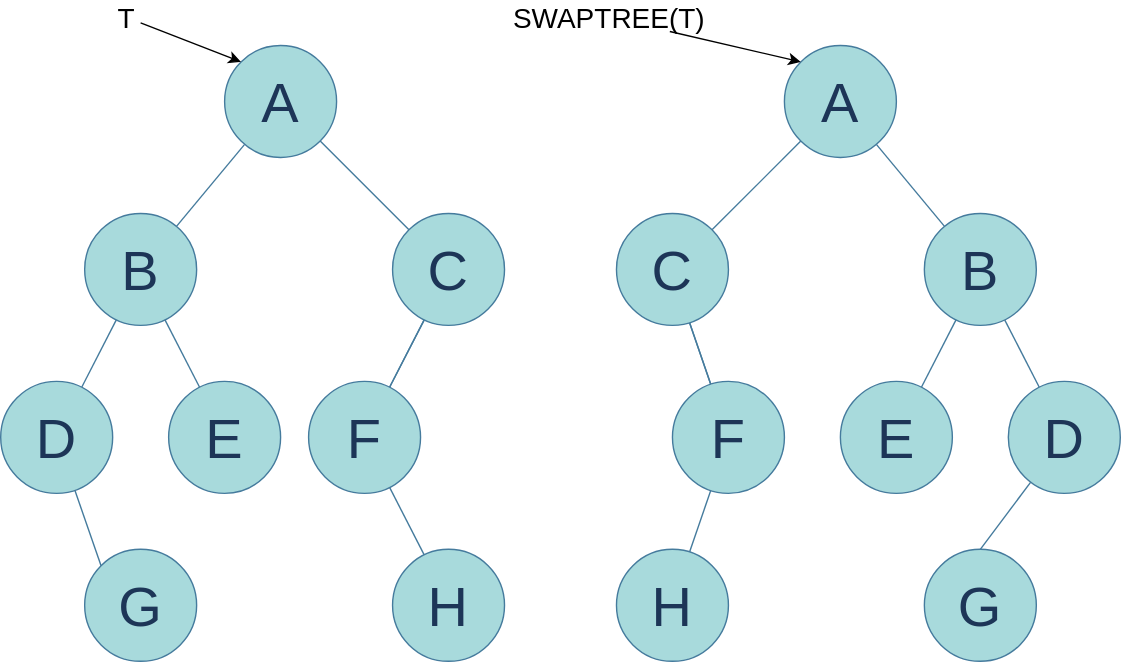
Above: archives/读书笔记/课程笔记/images/algorithm_04.drawio.svg in StevenBaby/archives (draw.io), before the change. Source tidied: cells renumbered, new cells last; positions are measured from the earlier drawing's top-left corner, leaving out a move shared by most shapes.
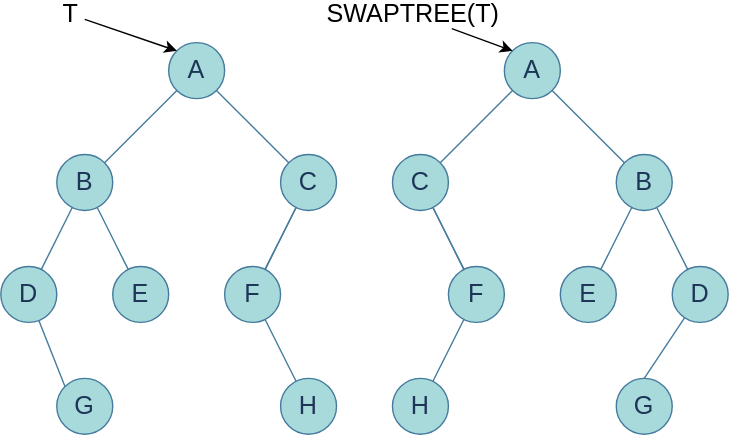
Later version of the same file.

Change to the diagram source:
```diff
@@ -2,113 +2,113 @@
   <root>
     <mxCell id="0" />
     <mxCell id="1" parent="0" />
-    <mxCell id="2" style="jettySize=auto;html=1;fontSize=40;endArrow=none;endFill=0;strokeColor=#457B9D;fontColor=#1D3557;labelBackgroundColor=#F1FAEE;" parent="1" edge="1" source="4" target="7">
+    <mxCell id="2" style="jettySize=auto;html=1;fontSize=18;endArrow=none;endFill=0;strokeColor=#457B9D;fontColor=#1D3557;labelBackgroundColor=#F1FAEE;" parent="1" edge="1" source="4" target="7">
       <mxGeometry relative="1" as="geometry" />
     </mxCell>
-    <mxCell id="3" style="edgeStyle=none;jettySize=auto;html=1;fontSize=40;endArrow=none;endFill=0;strokeColor=#457B9D;fontColor=#1D3557;labelBackgroundColor=#F1FAEE;" parent="1" edge="1" source="4" target="10">
+    <mxCell id="3" style="edgeStyle=none;jettySize=auto;html=1;fontSize=18;endArrow=none;endFill=0;strokeColor=#457B9D;fontColor=#1D3557;labelBackgroundColor=#F1FAEE;" parent="1" edge="1" source="4" target="10">
       <mxGeometry relative="1" as="geometry" />
     </mxCell>
-    <mxCell id="4" value="A" style="ellipse;whiteSpace=wrap;html=1;fontSize=40;fillColor=#A8DADC;strokeColor=#457B9D;fontColor=#1D3557;" parent="1" vertex="1">
-      <mxGeometry x="160" y="30" width="80" height="80" as="geometry" />
+    <mxCell id="4" value="A" style="ellipse;whiteSpace=wrap;html=1;fontSize=18;fillColor=#A8DADC;strokeColor=#457B9D;fontColor=#1D3557;" parent="1" vertex="1">
+      <mxGeometry x="160" y="30" width="40" height="40" as="geometry" />
     </mxCell>
-    <mxCell id="5" style="edgeStyle=none;jettySize=auto;html=1;fontSize=40;endArrow=none;endFill=0;strokeColor=#457B9D;fontColor=#1D3557;labelBackgroundColor=#F1FAEE;" parent="1" edge="1" source="7" target="12">
+    <mxCell id="5" style="edgeStyle=none;jettySize=auto;html=1;fontSize=18;endArrow=none;endFill=0;strokeColor=#457B9D;fontColor=#1D3557;labelBackgroundColor=#F1FAEE;" parent="1" edge="1" source="7" target="12">
       <mxGeometry relative="1" as="geometry" />
     </mxCell>
-    <mxCell id="6" style="edgeStyle=none;jettySize=auto;html=1;fontSize=40;endArrow=none;endFill=0;strokeColor=#457B9D;fontColor=#1D3557;labelBackgroundColor=#F1FAEE;" parent="1" edge="1" source="7" target="13">
+    <mxCell id="6" style="edgeStyle=none;jettySize=auto;html=1;fontSize=18;endArrow=none;endFill=0;strokeColor=#457B9D;fontColor=#1D3557;labelBackgroundColor=#F1FAEE;" parent="1" edge="1" source="7" target="13">
       <mxGeometry relative="1" as="geometry" />
     </mxCell>
-    <mxCell id="7" value="B" style="ellipse;whiteSpace=wrap;html=1;fontSize=40;fillColor=#A8DADC;strokeColor=#457B9D;fontColor=#1D3557;" parent="1" vertex="1">
-      <mxGeometry x="60" y="150" width="80" height="80" as="geometry" />
+    <mxCell id="7" value="B" style="ellipse;whiteSpace=wrap;html=1;fontSize=18;fillColor=#A8DADC;strokeColor=#457B9D;fontColor=#1D3557;" parent="1" vertex="1">
+      <mxGeometry x="80" y="110" width="40" height="40" as="geometry" />
     </mxCell>
-    <mxCell id="8" style="edgeStyle=none;rounded=0;jettySize=auto;html=1;fontSize=40;endArrow=none;endFill=0;strokeColor=#457B9D;fontColor=#1D3557;labelBackgroundColor=#F1FAEE;" parent="1" edge="1" source="10" target="15">
+    <mxCell id="8" style="edgeStyle=none;rounded=0;jettySize=auto;html=1;fontSize=18;endArrow=none;endFill=0;strokeColor=#457B9D;fontColor=#1D3557;labelBackgroundColor=#F1FAEE;" parent="1" edge="1" source="10" target="15">
       <mxGeometry relative="1" as="geometry" />
     </mxCell>
-    <mxCell id="9" style="edgeStyle=none;rounded=0;jettySize=auto;html=1;fontSize=40;endArrow=none;endFill=0;strokeColor=#457B9D;fontColor=#1D3557;labelBackgroundColor=#F1FAEE;" parent="1" edge="1" source="10" target="15">
+    <mxCell id="9" style="edgeStyle=none;rounded=0;jettySize=auto;html=1;fontSize=18;endArrow=none;endFill=0;strokeColor=#457B9D;fontColor=#1D3557;labelBackgroundColor=#F1FAEE;" parent="1" edge="1" source="10" target="15">
       <mxGeometry relative="1" as="geometry" />
     </mxCell>
-    <mxCell id="10" value="C" style="ellipse;whiteSpace=wrap;html=1;fontSize=40;fillColor=#A8DADC;strokeColor=#457B9D;fontColor=#1D3557;" parent="1" vertex="1">
-      <mxGeometry x="280" y="150" width="80" height="80" as="geometry" />
+    <mxCell id="10" value="C" style="ellipse;whiteSpace=wrap;html=1;fontSize=18;fillColor=#A8DADC;strokeColor=#457B9D;fontColor=#1D3557;" parent="1" vertex="1">
+      <mxGeometry x="240" y="110" width="40" height="40" as="geometry" />
     </mxCell>
-    <mxCell id="11" style="edgeStyle=none;rounded=0;jettySize=auto;html=1;entryX=0;entryY=0;entryDx=0;entryDy=0;fontSize=40;endArrow=none;endFill=0;strokeColor=#457B9D;fontColor=#1D3557;labelBackgroundColor=#F1FAEE;" parent="1" edge="1" source="12" target="14">
+    <mxCell id="11" style="edgeStyle=none;rounded=0;jettySize=auto;html=1;entryX=0;entryY=0;entryDx=0;entryDy=0;fontSize=18;endArrow=none;endFill=0;strokeColor=#457B9D;fontColor=#1D3557;labelBackgroundColor=#F1FAEE;" parent="1" edge="1" source="12" target="14">
       <mxGeometry relative="1" as="geometry" />
     </mxCell>
-    <mxCell id="12" value="D" style="ellipse;whiteSpace=wrap;html=1;fontSize=40;fillColor=#A8DADC;strokeColor=#457B9D;fontColor=#1D3557;" parent="1" vertex="1">
-      <mxGeometry y="270" width="80" height="80" as="geometry" />
+    <mxCell id="12" value="D" style="ellipse;whiteSpace=wrap;html=1;fontSize=18;fillColor=#A8DADC;strokeColor=#457B9D;fontColor=#1D3557;" parent="1" vertex="1">
+      <mxGeometry x="40" y="190" width="40" height="40" as="geometry" />
     </mxCell>
-    <mxCell id="13" value="E" style="ellipse;whiteSpace=wrap;html=1;fontSize=40;fillColor=#A8DADC;strokeColor=#457B9D;fontColor=#1D3557;" parent="1" vertex="1">
-      <mxGeometry x="120" y="270" width="80" height="80" as="geometry" />
+    <mxCell id="13" value="E" style="ellipse;whiteSpace=wrap;html=1;fontSize=18;fillColor=#A8DADC;strokeColor=#457B9D;fontColor=#1D3557;" parent="1" vertex="1">
+      <mxGeometry x="120" y="190" width="40" height="40" as="geometry" />
     </mxCell>
-    <mxCell id="14" value="G" style="ellipse;whiteSpace=wrap;html=1;fontSize=40;fillColor=#A8DADC;strokeColor=#457B9D;fontColor=#1D3557;" parent="1" vertex="1">
-      <mxGeometry x="60" y="390" width="80" height="80" as="geometry" />
+    <mxCell id="14" value="G" style="ellipse;whiteSpace=wrap;html=1;fontSize=18;fillColor=#A8DADC;strokeColor=#457B9D;fontColor=#1D3557;" parent="1" vertex="1">
+      <mxGeometry x="80" y="270" width="40" height="40" as="geometry" />
     </mxCell>
-    <mxCell id="15" value="F" style="ellipse;whiteSpace=wrap;html=1;fontSize=40;fillColor=#A8DADC;strokeColor=#457B9D;fontColor=#1D3557;" parent="1" vertex="1">
-      <mxGeometry x="220" y="270" width="80" height="80" as="geometry" />
+    <mxCell id="15" value="F" style="ellipse;whiteSpace=wrap;html=1;fontSize=18;fillColor=#A8DADC;strokeColor=#457B9D;fontColor=#1D3557;" parent="1" vertex="1">
+      <mxGeometry x="200" y="190" width="40" height="40" as="geometry" />
     </mxCell>
-    <mxCell id="16" style="edgeStyle=none;rounded=0;jettySize=auto;html=1;fontSize=40;endArrow=none;endFill=0;strokeColor=#457B9D;fontColor=#1D3557;labelBackgroundColor=#F1FAEE;" parent="1" edge="1" source="17" target="15">
+    <mxCell id="16" style="edgeStyle=none;rounded=0;jettySize=auto;html=1;fontSize=18;endArrow=none;endFill=0;strokeColor=#457B9D;fontColor=#1D3557;labelBackgroundColor=#F1FAEE;" parent="1" edge="1" source="17" target="15">
       <mxGeometry relative="1" as="geometry" />
     </mxCell>
-    <mxCell id="17" value="H" style="ellipse;whiteSpace=wrap;html=1;fontSize=40;fillColor=#A8DADC;strokeColor=#457B9D;fontColor=#1D3557;" parent="1" vertex="1">
-      <mxGeometry x="280" y="390" width="80" height="80" as="geometry" />
+    <mxCell id="17" value="H" style="ellipse;whiteSpace=wrap;html=1;fontSize=18;fillColor=#A8DADC;strokeColor=#457B9D;fontColor=#1D3557;" parent="1" vertex="1">
+      <mxGeometry x="240" y="270" width="40" height="40" as="geometry" />
     </mxCell>
-    <mxCell id="18" style="rounded=0;jettySize=auto;html=1;entryX=0;entryY=0;entryDx=0;entryDy=0;fontSize=20;" parent="1" edge="1" source="19" target="4">
+    <mxCell id="18" style="rounded=0;jettySize=auto;html=1;entryX=0;entryY=0;entryDx=0;entryDy=0;fontSize=18;" parent="1" edge="1" source="19" target="4">
       <mxGeometry relative="1" as="geometry" />
     </mxCell>
-    <mxCell id="19" value="T" style="text;html=1;strokeColor=none;fillColor=none;align=center;verticalAlign=middle;whiteSpace=wrap;rounded=0;fontSize=20;" parent="1" vertex="1">
+    <mxCell id="19" value="T" style="text;html=1;strokeColor=none;fillColor=none;align=center;verticalAlign=middle;whiteSpace=wrap;rounded=0;fontSize=18;" parent="1" vertex="1">
       <mxGeometry x="80" width="20" height="20" as="geometry" />
     </mxCell>
-    <mxCell id="20" style="jettySize=auto;html=1;fontSize=40;endArrow=none;endFill=0;strokeColor=#457B9D;fontColor=#1D3557;labelBackgroundColor=#F1FAEE;" parent="1" edge="1" source="22" target="25">
+    <mxCell id="20" style="jettySize=auto;html=1;fontSize=18;endArrow=none;endFill=0;strokeColor=#457B9D;fontColor=#1D3557;labelBackgroundColor=#F1FAEE;" parent="1" edge="1" source="22" target="25">
       <mxGeometry relative="1" as="geometry" />
     </mxCell>
-    <mxCell id="21" style="edgeStyle=none;jettySize=auto;html=1;fontSize=40;endArrow=none;endFill=0;strokeColor=#457B9D;fontColor=#1D3557;labelBackgroundColor=#F1FAEE;" parent="1" edge="1" source="22" target="28">
+    <mxCell id="21" style="edgeStyle=none;jettySize=auto;html=1;fontSize=18;endArrow=none;endFill=0;strokeColor=#457B9D;fontColor=#1D3557;labelBackgroundColor=#F1FAEE;" parent="1" edge="1" source="22" target="28">
       <mxGeometry relative="1" as="geometry" />
     </mxCell>
-    <mxCell id="22" value="A" style="ellipse;whiteSpace=wrap;html=1;fontSize=40;fillColor=#A8DADC;strokeColor=#457B9D;fontColor=#1D3557;" parent="1" vertex="1">
-      <mxGeometry x="560" y="30" width="80" height="80" as="geometry" />
+    <mxCell id="22" value="A" style="ellipse;whiteSpace=wrap;html=1;fontSize=18;fillColor=#A8DADC;strokeColor=#457B9D;fontColor=#1D3557;" parent="1" vertex="1">
+      <mxGeometry x="400" y="30" width="40" height="40" as="geometry" />
     </mxCell>
-    <mxCell id="23" style="edgeStyle=none;jettySize=auto;html=1;fontSize=40;endArrow=none;endFill=0;strokeColor=#457B9D;fontColor=#1D3557;labelBackgroundColor=#F1FAEE;" parent="1" edge="1" source="25" target="30">
+    <mxCell id="23" style="edgeStyle=none;jettySize=auto;html=1;fontSize=18;endArrow=none;endFill=0;strokeColor=#457B9D;fontColor=#1D3557;labelBackgroundColor=#F1FAEE;" parent="1" edge="1" source="25" target="30">
       <mxGeometry relative="1" as="geometry" />
     </mxCell>
-    <mxCell id="24" style="edgeStyle=none;jettySize=auto;html=1;fontSize=40;endArrow=none;endFill=0;strokeColor=#457B9D;fontColor=#1D3557;labelBackgroundColor=#F1FAEE;" parent="1" edge="1" source="25" target="31">
+    <mxCell id="24" style="edgeStyle=none;jettySize=auto;html=1;fontSize=18;endArrow=none;endFill=0;strokeColor=#457B9D;fontColor=#1D3557;labelBackgroundColor=#F1FAEE;" parent="1" edge="1" source="25" target="31">
       <mxGeometry relative="1" as="geometry" />
     </mxCell>
-    <mxCell id="25" value="B" style="ellipse;whiteSpace=wrap;html=1;fontSize=40;fillColor=#A8DADC;strokeColor=#457B9D;fontColor=#1D3557;" parent="1" vertex="1">
-      <mxGeometry x="660" y="150" width="80" height="80" as="geometry" />
+    <mxCell id="25" value="B" style="ellipse;whiteSpace=wrap;html=1;fontSize=18;fillColor=#A8DADC;strokeColor=#457B9D;fontColor=#1D3557;" parent="1" vertex="1">
+      <mxGeometry x="480" y="110" width="40" height="40" as="geometry" />
     </mxCell>
-    <mxCell id="26" style="edgeStyle=none;rounded=0;jettySize=auto;html=1;fontSize=40;endArrow=none;endFill=0;strokeColor=#457B9D;fontColor=#1D3557;labelBackgroundColor=#F1FAEE;" parent="1" edge="1" source="28" target="33">
+    <mxCell id="26" style="edgeStyle=none;rounded=0;jettySize=auto;html=1;fontSize=18;endArrow=none;endFill=0;strokeColor=#457B9D;fontColor=#1D3557;labelBackgroundColor=#F1FAEE;" parent="1" edge="1" source="28" target="33">
       <mxGeometry relative="1" as="geometry" />
     </mxCell>
-    <mxCell id="27" style="edgeStyle=none;rounded=0;jettySize=auto;html=1;fontSize=40;endArrow=none;endFill=0;strokeColor=#457B9D;fontColor=#1D3557;labelBackgroundColor=#F1FAEE;" parent="1" edge="1" source="28" target="33">
+    <mxCell id="27" style="edgeStyle=none;rounded=0;jettySize=auto;html=1;fontSize=18;endArrow=none;endFill=0;strokeColor=#457B9D;fontColor=#1D3557;labelBackgroundColor=#F1FAEE;" parent="1" edge="1" source="28" target="33">
       <mxGeometry relative="1" as="geometry" />
     </mxCell>
-    <mxCell id="28" value="C" style="ellipse;whiteSpace=wrap;html=1;fontSize=40;fillColor=#A8DADC;strokeColor=#457B9D;fontColor=#1D3557;" parent="1" vertex="1">
-      <mxGeometry x="440" y="150" width="80" height="80" as="geometry" />
+    <mxCell id="28" value="C" style="ellipse;whiteSpace=wrap;html=1;fontSize=18;fillColor=#A8DADC;strokeColor=#457B9D;fontColor=#1D3557;" parent="1" vertex="1">
+      <mxGeometry x="320" y="110" width="40" height="40" as="geometry" />
     </mxCell>
-    <mxCell id="29" style="edgeStyle=none;rounded=0;jettySize=auto;html=1;entryX=0.5;entryY=0;entryDx=0;entryDy=0;fontSize=40;endArrow=none;endFill=0;strokeColor=#457B9D;fontColor=#1D3557;labelBackgroundColor=#F1FAEE;" parent="1" edge="1" source="30" target="32">
+    <mxCell id="29" style="edgeStyle=none;rounded=0;jettySize=auto;html=1;entryX=0.5;entryY=0;entryDx=0;entryDy=0;fontSize=18;endArrow=none;endFill=0;strokeColor=#457B9D;fontColor=#1D3557;labelBackgroundColor=#F1FAEE;" parent="1" edge="1" source="30" target="32">
       <mxGeometry relative="1" as="geometry" />
     </mxCell>
-    <mxCell id="30" value="D" style="ellipse;whiteSpace=wrap;html=1;fontSize=40;fillColor=#A8DADC;strokeColor=#457B9D;fontColor=#1D3557;" parent="1" vertex="1">
-      <mxGeometry x="720" y="270" width="80" height="80" as="geometry" />
+    <mxCell id="30" value="D" style="ellipse;whiteSpace=wrap;html=1;fontSize=18;fillColor=#A8DADC;strokeColor=#457B9D;fontColor=#1D3557;" parent="1" vertex="1">
+      <mxGeometry x="520" y="190" width="40" height="40" as="geometry" />
     </mxCell>
-    <mxCell id="31" value="E" style="ellipse;whiteSpace=wrap;html=1;fontSize=40;fillColor=#A8DADC;strokeColor=#457B9D;fontColor=#1D3557;" parent="1" vertex="1">
-      <mxGeometry x="600" y="270" width="80" height="80" as="geometry" />
+    <mxCell id="31" value="E" style="ellipse;whiteSpace=wrap;html=1;fontSize=18;fillColor=#A8DADC;strokeColor=#457B9D;fontColor=#1D3557;" parent="1" vertex="1">
+      <mxGeometry x="440" y="190" width="40" height="40" as="geometry" />
     </mxCell>
-    <mxCell id="32" value="G" style="ellipse;whiteSpace=wrap;html=1;fontSize=40;fillColor=#A8DADC;strokeColor=#457B9D;fontColor=#1D3557;" parent="1" vertex="1">
-      <mxGeometry x="660" y="390" width="80" height="80" as="geometry" />
+    <mxCell id="32" value="G" style="ellipse;whiteSpace=wrap;html=1;fontSize=18;fillColor=#A8DADC;strokeColor=#457B9D;fontColor=#1D3557;" parent="1" vertex="1">
+      <mxGeometry x="480" y="270" width="40" height="40" as="geometry" />
     </mxCell>
-    <mxCell id="33" value="F" style="ellipse;whiteSpace=wrap;html=1;fontSize=40;fillColor=#A8DADC;strokeColor=#457B9D;fontColor=#1D3557;" parent="1" vertex="1">
-      <mxGeometry x="480" y="270" width="80" height="80" as="geometry" />
+    <mxCell id="33" value="F" style="ellipse;whiteSpace=wrap;html=1;fontSize=18;fillColor=#A8DADC;strokeColor=#457B9D;fontColor=#1D3557;" parent="1" vertex="1">
+      <mxGeometry x="360" y="190" width="40" height="40" as="geometry" />
     </mxCell>
-    <mxCell id="34" style="edgeStyle=none;rounded=0;jettySize=auto;html=1;fontSize=40;endArrow=none;endFill=0;strokeColor=#457B9D;fontColor=#1D3557;labelBackgroundColor=#F1FAEE;" parent="1" edge="1" source="35" target="33">
+    <mxCell id="34" style="edgeStyle=none;rounded=0;jettySize=auto;html=1;fontSize=18;endArrow=none;endFill=0;strokeColor=#457B9D;fontColor=#1D3557;labelBackgroundColor=#F1FAEE;" parent="1" edge="1" source="35" target="33">
       <mxGeometry relative="1" as="geometry" />
     </mxCell>
-    <mxCell id="35" value="H" style="ellipse;whiteSpace=wrap;html=1;fontSize=40;fillColor=#A8DADC;strokeColor=#457B9D;fontColor=#1D3557;" parent="1" vertex="1">
-      <mxGeometry x="440" y="390" width="80" height="80" as="geometry" />
+    <mxCell id="35" value="H" style="ellipse;whiteSpace=wrap;html=1;fontSize=18;fillColor=#A8DADC;strokeColor=#457B9D;fontColor=#1D3557;" parent="1" vertex="1">
+      <mxGeometry x="320" y="270" width="40" height="40" as="geometry" />
     </mxCell>
-    <mxCell id="36" style="rounded=0;jettySize=auto;html=1;entryX=0;entryY=0;entryDx=0;entryDy=0;fontSize=20;" parent="1" edge="1" source="37" target="22">
+    <mxCell id="36" style="rounded=0;jettySize=auto;html=1;entryX=0;entryY=0;entryDx=0;entryDy=0;fontSize=18;" parent="1" edge="1" source="37" target="22">
       <mxGeometry relative="1" as="geometry" />
     </mxCell>
-    <mxCell id="37" value="SWAPTREE(T)" style="text;html=1;strokeColor=none;fillColor=none;align=center;verticalAlign=middle;whiteSpace=wrap;rounded=0;fontSize=20;" parent="1" vertex="1">
-      <mxGeometry x="370" width="130" height="20" as="geometry" />
+    <mxCell id="37" value="SWAPTREE(T)" style="text;html=1;strokeColor=none;fillColor=none;align=center;verticalAlign=middle;whiteSpace=wrap;rounded=0;fontSize=18;" parent="1" vertex="1">
+      <mxGeometry x="270" width="130" height="20" as="geometry" />
     </mxCell>
   </root>
 </mxGraphModel>
```
